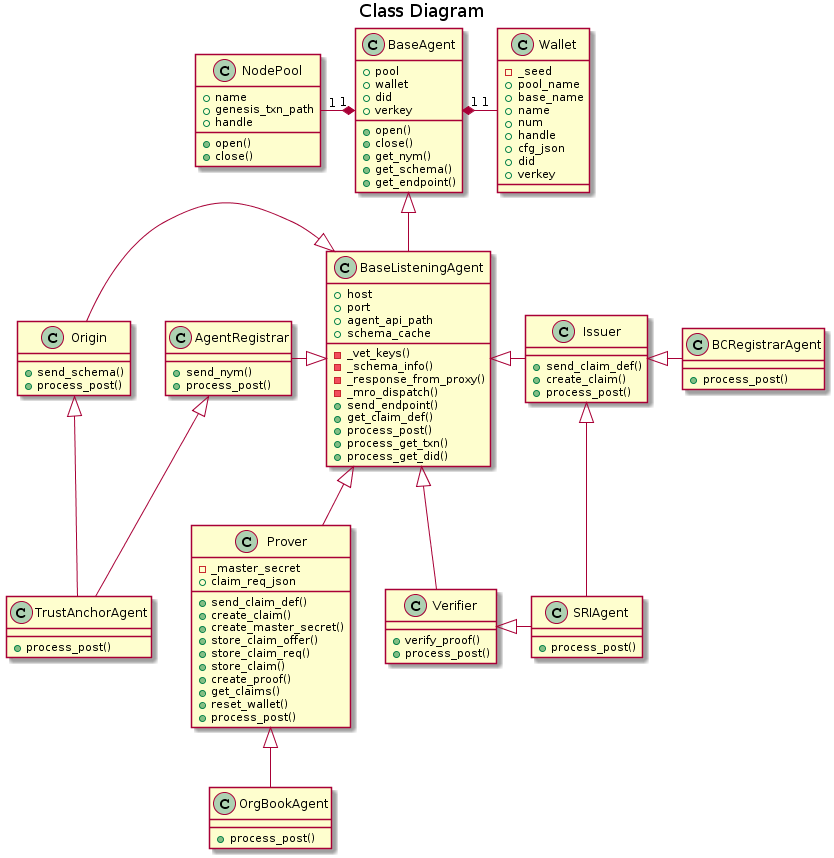
Earlier version of the PlantUML export doc/pic/class.png (PSPC-SPAC-buyandsell/demo-agent).
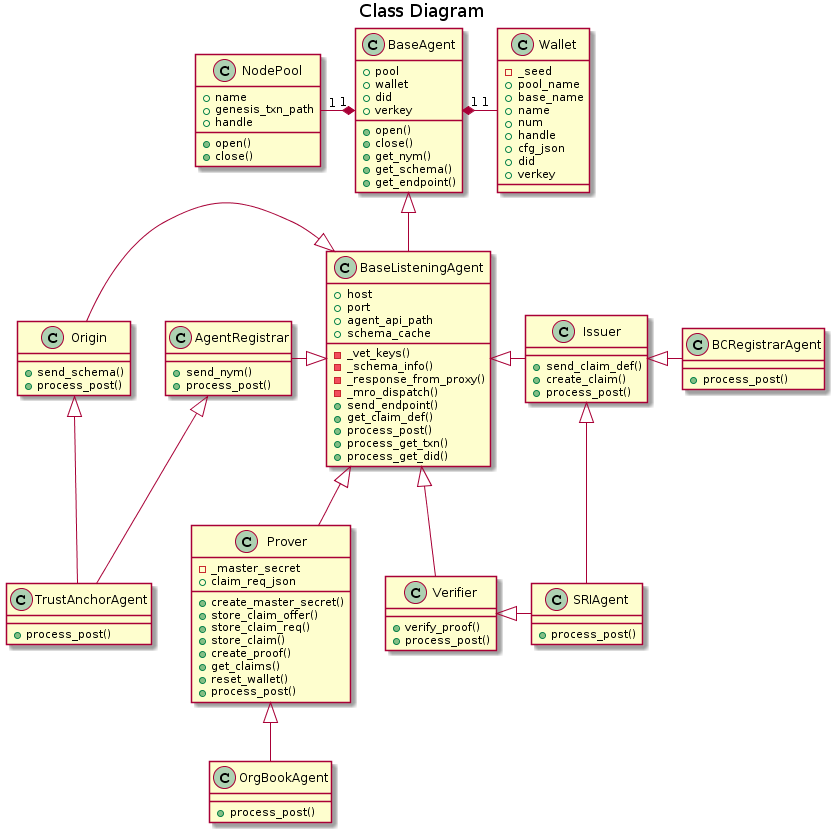
Later version of the same file.

The edit, as a diff of the source:
```diff
@@ -68,8 +68,6 @@
 class Prover {
     -_master_secret
     +claim_req_json
-    +send_claim_def()
-    +create_claim()
     +create_master_secret()
     +store_claim_offer()
     +store_claim_req()
```
